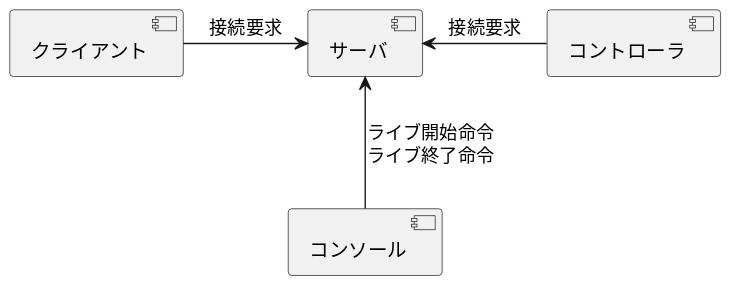
Earlier version of the PlantUML export documents/diagrams/export/communications/1_joinLive.svg (potetiniku/aster-connect). Source of this version:
```plantuml
@startuml 1_joinLive

component サーバ as server
component コンソール as console
component コントローラ as controller
component クライアント as client

server <-l- client : 接続要求
server <-r- controller : 接続要求
server <-d- console : ライブ開始命令\nライブ終了命令

@enduml
```
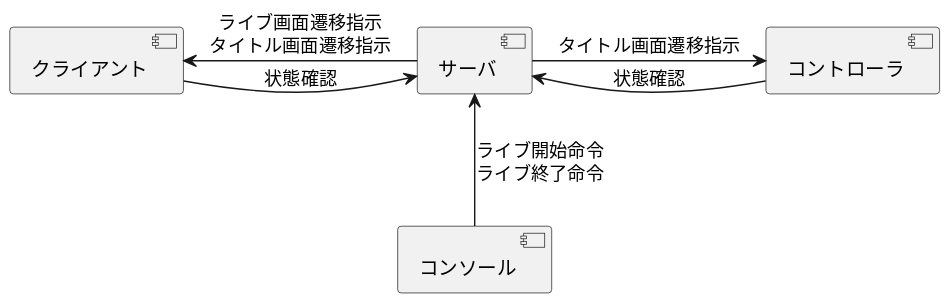
The same diagram one commit later.

Change to the diagram source:
```diff
@@ -5,8 +5,10 @@
 component コントローラ as controller
 component クライアント as client
 
-server <-l- client : 接続要求
-server <-r- controller : 接続要求
+server <-l- client : 状態確認
+server -l-> client : ライブ画面遷移指示\nタイトル画面遷移指示
+server <-r- controller : 状態確認
+server -r-> controller : タイトル画面遷移指示
 server <-d- console : ライブ開始命令\nライブ終了命令
 
 @enduml
```
